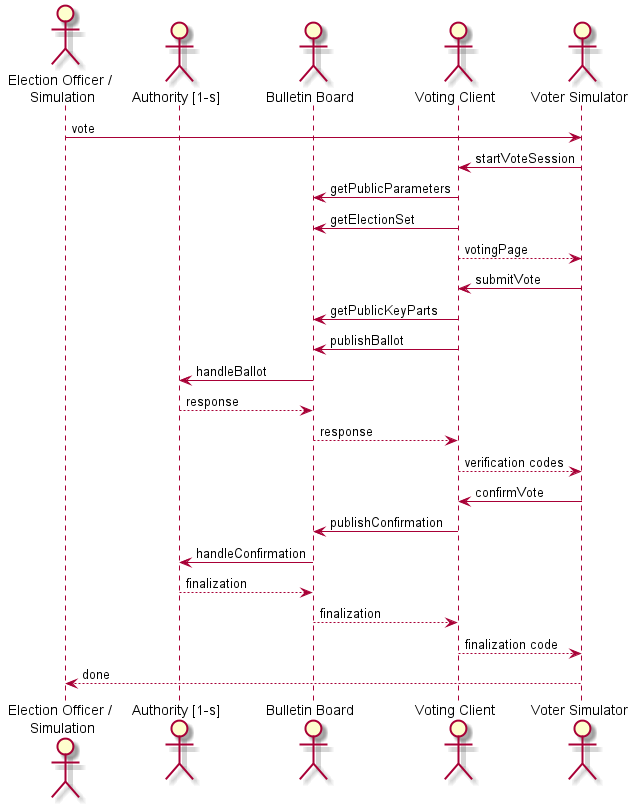
Before: doc/sequence/Voting.png, a diagram exported from PlantUML (republique-et-canton-de-geneve/chvote-protocol-poc).
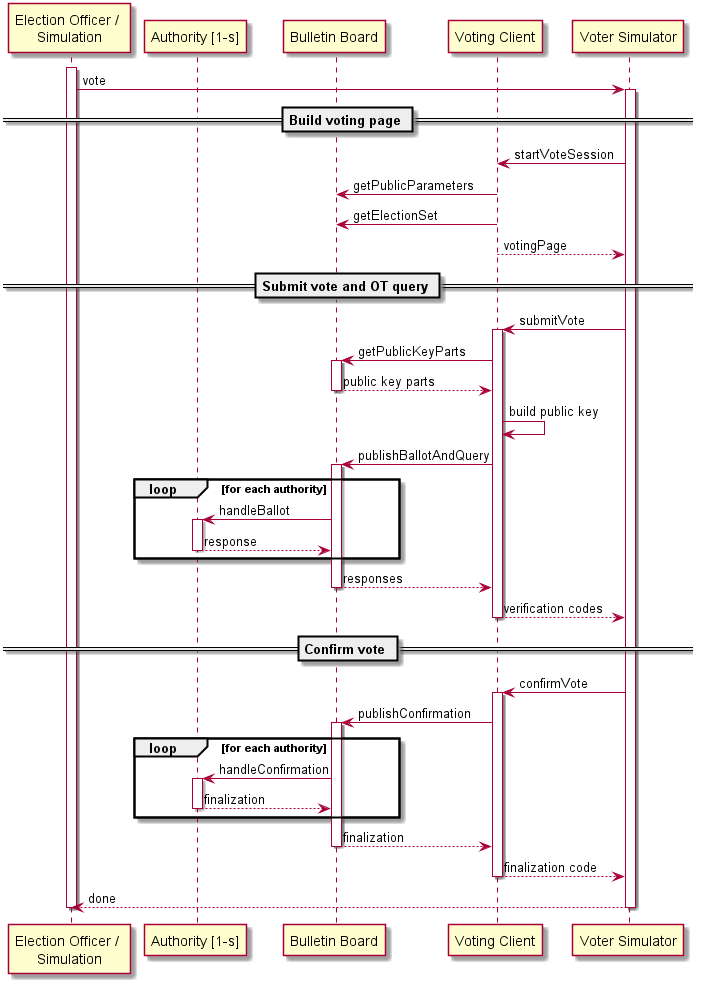
After the commit.

Diff of the diagram source:
```diff
@@ -1,32 +1,59 @@
 @startuml
-actor "Election Officer / \nSimulation" as eo
-actor "Authority [1-s]" as auth
-actor "Bulletin Board" as bb
-actor "Voting Client" as client
-actor "Voter Simulator" as voter
+participant "Election Officer / \nSimulation" as eo
+participant "Authority [1-s]" as auth
+participant "Bulletin Board" as bb
+participant "Voting Client" as client
+participant "Voter Simulator" as voter
 
+activate eo
 eo -> voter : vote
+activate voter
 
+== Build voting page ==
 voter -> client : startVoteSession
 client -> bb : getPublicParameters
 client -> bb : getElectionSet
 client --> voter : votingPage
 
+== Submit vote and OT query ==
 voter -> client : submitVote
+activate client
 client -> bb : getPublicKeyParts
-client -> bb : publishBallot
-bb -> auth : handleBallot
-auth --> bb : response
-bb --> client : response
+activate bb
+bb --> client : public key parts
+deactivate bb
+client -> client : build public key
+client -> bb : publishBallotAndQuery
+activate bb
+loop for each authority
+    bb -> auth : handleBallot
+    activate auth
+    auth --> bb : response
+    deactivate auth
+end
+bb --> client : responses
+deactivate bb
 client --> voter : verification codes
+deactivate client
 
+== Confirm vote ==
 voter -> client : confirmVote
+activate client
 client -> bb : publishConfirmation
-bb -> auth : handleConfirmation
-auth --> bb : finalization
+activate bb
+loop for each authority
+    bb -> auth : handleConfirmation
+    activate auth
+    auth --> bb : finalization
+    deactivate auth
+end
 bb --> client : finalization
+deactivate bb
 client --> voter : finalization code
+deactivate client
 
 voter --> eo : done
+deactivate voter
+deactivate eo
 
 @enduml
```
